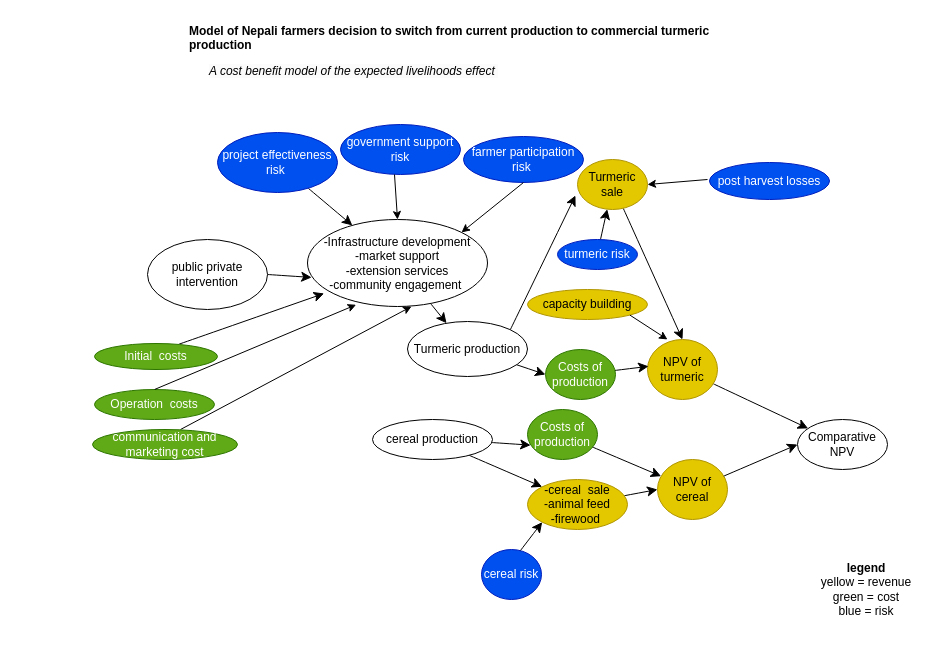
This is Untitled Diagram.drawio from AditiBista/nepal_turmeric, a draw.io file, before an edit. Source tidied: cells renumbered, new cells numbered last; positions are measured from the earlier drawing's top-left corner, leaving out a move shared by most shapes. Both pictures are drawn from the tidied source at 100%, with x=0, y=0 at pixel (92, 17).
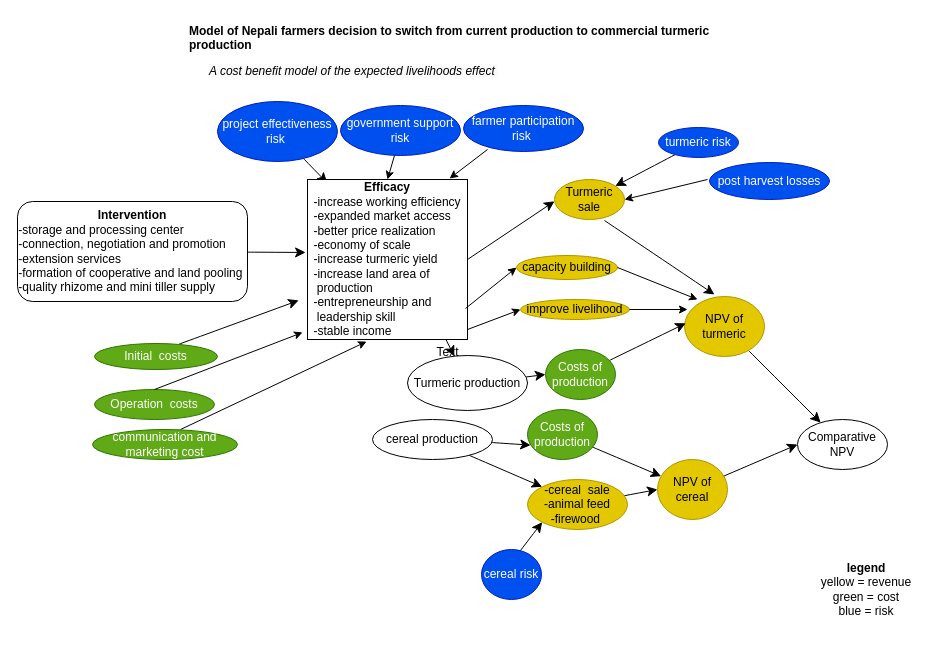
The same page after the edit.

Unchanged cells that the change refers to:
```xml
<mxCell id="31" value="Initial &amp;nbsp;costs" style="ellipse;whiteSpace=wrap;html=1;fontSize=12;strokeWidth=1;labelBackgroundColor=none;fillColor=#60a917;fontColor=#ffffff;strokeColor=#2D7600;" parent="1" vertex="1">
  <mxGeometry x="2" y="326" width="123" height="26" as="geometry" />
</mxCell>
<mxCell id="40" value="Operation &amp;nbsp;costs" style="ellipse;whiteSpace=wrap;html=1;strokeWidth=1;fontSize=12;labelBackgroundColor=none;fillColor=#60a917;fontColor=#ffffff;strokeColor=#2D7600;" parent="1" vertex="1">
  <mxGeometry x="2" y="372" width="120" height="30" as="geometry" />
</mxCell>
<mxCell id="46" value="communication and marketing cost" style="ellipse;whiteSpace=wrap;html=1;fillColor=#60a917;fontColor=#ffffff;strokeColor=#2D7600;" parent="1" vertex="1">
  <mxGeometry y="412" width="145" height="30" as="geometry" />
</mxCell>
```

Diff of the diagram source:
```diff
@@
-    <mxCell id="6" style="edgeStyle=none;curved=1;rounded=0;jettySize=auto;html=1;exitX=1;exitY=0;exitDx=0;exitDy=0;entryX=-0.029;entryY=0.72;entryDx=0;entryDy=0;fontSize=12;startSize=8;endSize=8;strokeWidth=1;entryPerimeter=0;" parent="1" edge="1" source="8" target="22">
-      <mxGeometry relative="1" as="geometry" />
+    <mxCell id="6" style="edgeStyle=none;curved=1;rounded=0;jettySize=auto;html=1;entryX=-0.029;entryY=0.72;entryDx=0;entryDy=0;fontSize=12;startSize=8;endSize=8;strokeWidth=1;entryPerimeter=0;exitX=1;exitY=0.5;exitDx=0;exitDy=0;" parent="1" edge="1" source="50">
+      <mxGeometry relative="1" as="geometry">
+        <mxPoint x="462" y="183.8" as="targetPoint" />
+      </mxGeometry>
     </mxCell>
@@
     <mxCell id="8" value="Turmeric production" style="ellipse;whiteSpace=wrap;html=1;fontSize=12;strokeWidth=1;" parent="1" vertex="1">
-      <mxGeometry x="315" y="304" width="120" height="55" as="geometry" />
+      <mxGeometry x="315" y="338" width="120" height="55" as="geometry" />
     </mxCell>
@@
     <mxCell id="10" value="NPV of turmeric" style="ellipse;whiteSpace=wrap;html=1;fontSize=12;strokeWidth=1;fillColor=#e3c800;fontColor=#000000;strokeColor=#B09500;" parent="1" vertex="1">
-      <mxGeometry x="555" y="322" width="70" height="60" as="geometry" />
+      <mxGeometry x="592" y="279" width="80" height="60" as="geometry" />
     </mxCell>
@@
-    <mxCell id="12" style="edgeStyle=none;curved=1;rounded=0;jettySize=auto;html=1;exitX=1;exitY=0.5;exitDx=0;exitDy=0;fontSize=12;startSize=8;endSize=8;entryX=0.023;entryY=0.666;entryDx=0;entryDy=0;entryPerimeter=0;strokeWidth=1;" parent="1" edge="1" source="13" target="35">
+    <mxCell id="12" style="edgeStyle=none;curved=1;rounded=0;jettySize=auto;html=1;fontSize=12;startSize=8;endSize=8;entryX=-0.012;entryY=0.456;entryDx=0;entryDy=0;strokeWidth=1;entryPerimeter=0;" parent="1" edge="1" source="55" target="50">
       <mxGeometry relative="1" as="geometry" />
     </mxCell>
-    <mxCell id="13" value="public private intervention" style="ellipse;whiteSpace=wrap;html=1;fontSize=12;strokeWidth=1;" parent="1" vertex="1">
-      <mxGeometry x="55" y="222" width="120" height="70" as="geometry" />
-    </mxCell>
@@
     <mxCell id="20" value="turmeric risk" style="ellipse;whiteSpace=wrap;html=1;fontSize=12;strokeWidth=1;labelBackgroundColor=none;fillColor=#0050ef;fontColor=#ffffff;strokeColor=#001DBC;" parent="1" vertex="1">
-      <mxGeometry x="465" y="222" width="80" height="30" as="geometry" />
+      <mxGeometry x="566" y="110" width="80" height="30" as="geometry" />
     </mxCell>
-    <mxCell id="21" style="edgeStyle=none;curved=1;rounded=0;jettySize=auto;html=1;entryX=0.5;entryY=0;entryDx=0;entryDy=0;fontSize=12;startSize=8;endSize=8;strokeWidth=1;" parent="1" edge="1" source="22" target="10">
+    <mxCell id="21" style="edgeStyle=none;curved=1;rounded=0;jettySize=auto;html=1;entryX=0.375;entryY=-0.033;entryDx=0;entryDy=0;fontSize=12;startSize=8;endSize=8;strokeWidth=1;entryPerimeter=0;exitX=0.714;exitY=1.025;exitDx=0;exitDy=0;exitPerimeter=0;" parent="1" edge="1" source="22" target="10">
       <mxGeometry relative="1" as="geometry" />
     </mxCell>
     <mxCell id="22" value="&lt;font style=&quot;font-size: 12px;&quot;&gt;Turmeric sale&lt;/font&gt;" style="ellipse;whiteSpace=wrap;html=1;fontSize=12;strokeWidth=1;labelBackgroundColor=none;fillColor=#e3c800;fontColor=#000000;strokeColor=#B09500;" parent="1" vertex="1">
-      <mxGeometry x="485" y="142" width="70" height="50" as="geometry" />
+      <mxGeometry x="462" y="162" width="70" height="40" as="geometry" />
     </mxCell>
@@
-    <mxCell id="30" style="edgeStyle=none;curved=1;rounded=0;jettySize=auto;html=1;fontSize=12;startSize=8;endSize=8;exitX=0.686;exitY=0.028;exitDx=0;exitDy=0;exitPerimeter=0;entryX=0.092;entryY=0.85;entryDx=0;entryDy=0;entryPerimeter=0;strokeWidth=1;" parent="1" edge="1" source="31" target="35">
-      <mxGeometry relative="1" as="geometry" />
+    <mxCell id="30" style="edgeStyle=none;curved=1;rounded=0;jettySize=auto;html=1;fontSize=12;startSize=8;endSize=8;exitX=0.686;exitY=0.028;exitDx=0;exitDy=0;exitPerimeter=0;entryX=0.092;entryY=0.85;entryDx=0;entryDy=0;entryPerimeter=0;strokeWidth=1;" parent="1" edge="1" source="31">
+      <mxGeometry relative="1" as="geometry">
+        <mxPoint x="206.2" y="282.9" as="targetPoint" />
+      </mxGeometry>
     </mxCell>
@@
-    <mxCell id="32" style="edgeStyle=none;curved=1;rounded=0;jettySize=auto;html=1;fontSize=12;startSize=8;endSize=8;strokeWidth=1;" parent="1" edge="1" source="33" target="35">
-      <mxGeometry relative="1" as="geometry" />
+    <mxCell id="32" style="edgeStyle=none;curved=1;rounded=0;jettySize=auto;html=1;fontSize=12;startSize=8;endSize=8;strokeWidth=1;" parent="1" edge="1" source="33">
+      <mxGeometry relative="1" as="geometry">
+        <mxPoint x="234.8" y="165.5" as="targetPoint" />
+      </mxGeometry>
     </mxCell>
     <mxCell id="33" value="&lt;font style=&quot;font-size: 12px;&quot;&gt;project effectiveness risk&amp;nbsp;&lt;/font&gt;" style="ellipse;whiteSpace=wrap;html=1;fontSize=12;strokeWidth=1;labelBackgroundColor=none;fillColor=#0050ef;fontColor=#ffffff;strokeColor=#001DBC;" parent="1" vertex="1">
-      <mxGeometry x="125" y="115" width="120" height="60" as="geometry" />
+      <mxGeometry x="125" y="84" width="120" height="60" as="geometry" />
     </mxCell>
-    <mxCell id="34" style="edgeStyle=none;curved=1;rounded=0;jettySize=auto;html=1;fontSize=12;startSize=8;endSize=8;strokeWidth=1;" parent="1" edge="1" source="35" target="8">
-      <mxGeometry relative="1" as="geometry" />
+    <mxCell id="34" style="edgeStyle=none;curved=1;rounded=0;jettySize=auto;html=1;fontSize=12;startSize=8;endSize=8;strokeWidth=1;" parent="1" edge="1" target="8">
+      <mxGeometry relative="1" as="geometry">
+        <mxPoint x="342.6" y="300.5" as="sourcePoint" />
+      </mxGeometry>
     </mxCell>
-    <mxCell id="35" value="-Infrastructure development&lt;br&gt;-market support&lt;br&gt;-extension services&lt;br&gt;-community engagement&amp;nbsp;" style="ellipse;whiteSpace=wrap;html=1;fontSize=12;strokeWidth=1;" parent="1" vertex="1">
-      <mxGeometry x="215" y="202" width="180" height="87" as="geometry" />
-    </mxCell>
     <mxCell id="36" value="government support risk" style="ellipse;whiteSpace=wrap;html=1;strokeWidth=1;fontSize=12;labelBackgroundColor=none;fillColor=#0050ef;fontColor=#ffffff;strokeColor=#001DBC;" parent="1" vertex="1">
-      <mxGeometry x="248" y="107" width="120" height="50" as="geometry" />
+      <mxGeometry x="248" y="88" width="120" height="50" as="geometry" />
     </mxCell>
     <mxCell id="37" value="farmer participation risk&amp;nbsp;" style="ellipse;whiteSpace=wrap;html=1;strokeWidth=1;fontSize=12;labelBackgroundColor=none;fillColor=#0050ef;fontColor=#ffffff;strokeColor=#001DBC;" parent="1" vertex="1">
-      <mxGeometry x="371" y="119" width="120" height="46" as="geometry" />
+      <mxGeometry x="371" y="88" width="120" height="46" as="geometry" />
     </mxCell>
-    <mxCell id="38" style="endArrow=classic;html=1;rounded=0;exitX=0.5;exitY=1;exitDx=0;exitDy=0;strokeWidth=1;fontSize=12;entryX=1;entryY=0;entryDx=0;entryDy=0;" parent="1" edge="1" source="37" target="35">
-      <mxGeometry relative="1" as="geometry" />
+    <mxCell id="38" style="endArrow=classic;html=1;rounded=0;strokeWidth=1;fontSize=12;entryX=0.888;entryY=-0.006;entryDx=0;entryDy=0;entryPerimeter=0;" parent="1" edge="1" target="50">
+      <mxGeometry relative="1" as="geometry">
+        <mxPoint x="395" y="132" as="sourcePoint" />
+      </mxGeometry>
     </mxCell>
-    <mxCell id="39" style="endArrow=classic;html=1;rounded=0;exitX=0.45;exitY=1;exitDx=0;exitDy=0;exitPerimeter=0;strokeWidth=1;fontSize=12;entryX=0.5;entryY=0;entryDx=0;entryDy=0;" parent="1" edge="1" source="36" target="35">
+    <mxCell id="39" style="endArrow=classic;html=1;rounded=0;exitX=0.45;exitY=1;exitDx=0;exitDy=0;exitPerimeter=0;strokeWidth=1;fontSize=12;entryX=0.5;entryY=0;entryDx=0;entryDy=0;" parent="1" edge="1" source="36" target="50">
       <mxGeometry relative="1" as="geometry" />
     </mxCell>
@@
-    <mxCell id="41" style="endArrow=classic;html=1;rounded=0;entryX=0.27;entryY=0.98;entryDx=0;entryDy=0;exitX=0.5;exitY=0;exitDx=0;exitDy=0;entryPerimeter=0;strokeWidth=1;fontSize=12;" parent="1" edge="1" source="40" target="35">
+    <mxCell id="41" style="endArrow=classic;html=1;rounded=0;entryX=-0.031;entryY=0.956;entryDx=0;entryDy=0;exitX=0.5;exitY=0;exitDx=0;exitDy=0;entryPerimeter=0;strokeWidth=1;fontSize=12;" parent="1" edge="1" source="40" target="50">
       <mxGeometry relative="1" as="geometry" />
     </mxCell>
@@
     <mxCell id="43" value="capacity building" style="ellipse;whiteSpace=wrap;html=1;labelBackgroundColor=none;fillColor=#e3c800;fontColor=#000000;strokeColor=#B09500;" parent="1" vertex="1">
-      <mxGeometry x="435" y="272" width="120" height="30" as="geometry" />
+      <mxGeometry x="424" y="238" width="101" height="24" as="geometry" />
     </mxCell>
-    <mxCell id="44" style="endArrow=classic;html=1;rounded=0;exitX=1;exitY=1;exitDx=0;exitDy=0;" parent="1" edge="1" source="43">
-      <mxGeometry relative="1" as="geometry">
-        <mxPoint x="575" y="322" as="targetPoint" />
-      </mxGeometry>
-    </mxCell>
-    <mxCell id="45" style="endArrow=classic;html=1;rounded=0;exitX=0.607;exitY=0;exitDx=0;exitDy=0;exitPerimeter=0;" parent="1" edge="1" source="46">
-      <mxGeometry relative="1" as="geometry">
-        <mxPoint x="319" y="289" as="targetPoint" />
-      </mxGeometry>
+    <mxCell id="45" style="endArrow=classic;html=1;rounded=0;exitX=0.607;exitY=0;exitDx=0;exitDy=0;exitPerimeter=0;entryX=0.369;entryY=1.013;entryDx=0;entryDy=0;entryPerimeter=0;" parent="1" edge="1" source="46" target="50">
+      <mxGeometry relative="1" as="geometry" />
     </mxCell>
@@
+    <mxCell id="49" value="improve livelihood" style="ellipse;whiteSpace=wrap;html=1;fillColor=#e3c800;fontColor=#000000;strokeColor=#B09500;" parent="1" vertex="1">
+      <mxGeometry x="428" y="282" width="109" height="20" as="geometry" />
+    </mxCell>
+    <mxCell id="50" value="&lt;b&gt;Efficacy&lt;/b&gt;&lt;br&gt;&lt;div style=&quot;text-align: justify;&quot;&gt;-increase working efficiency&lt;/div&gt;&lt;div style=&quot;text-align: justify;&quot;&gt;-expanded market access&lt;/div&gt;&lt;div style=&quot;text-align: justify;&quot;&gt;-better price realization&lt;/div&gt;&lt;div style=&quot;text-align: justify;&quot;&gt;-economy of scale&lt;/div&gt;&lt;div style=&quot;text-align: justify;&quot;&gt;-increase turmeric yield&amp;nbsp;&lt;/div&gt;&lt;div style=&quot;text-align: justify;&quot;&gt;-increase land area of&lt;/div&gt;&lt;div style=&quot;text-align: justify;&quot;&gt;&amp;nbsp;production&lt;/div&gt;&lt;div style=&quot;text-align: justify;&quot;&gt;-entrepreneurship and&lt;/div&gt;&lt;div style=&quot;text-align: justify;&quot;&gt;&amp;nbsp;leadership skill&lt;/div&gt;&lt;div style=&quot;text-align: justify;&quot;&gt;-stable income&lt;/div&gt;" style="whiteSpace=wrap;html=1;" parent="1" vertex="1">
+      <mxGeometry x="215" y="162" width="160" height="160" as="geometry" />
+    </mxCell>
+    <mxCell id="51" style="endArrow=classic;html=1;rounded=0;entryX=0;entryY=0.5;entryDx=0;entryDy=0;" parent="1" edge="1" target="49">
+      <mxGeometry relative="1" as="geometry">
+        <mxPoint x="375" y="312" as="sourcePoint" />
+      </mxGeometry>
+    </mxCell>
+    <mxCell id="52" style="endArrow=classic;html=1;rounded=0;entryX=0;entryY=0.5;entryDx=0;entryDy=0;" parent="1" edge="1" target="43">
+      <mxGeometry relative="1" as="geometry">
+        <mxPoint x="373" y="291" as="sourcePoint" />
+      </mxGeometry>
+    </mxCell>
+    <mxCell id="53" style="endArrow=classic;html=1;rounded=0;exitX=1;exitY=0.5;exitDx=0;exitDy=0;" parent="1" edge="1" source="49">
+      <mxGeometry relative="1" as="geometry">
+        <mxPoint x="595" y="292" as="targetPoint" />
+      </mxGeometry>
+    </mxCell>
+    <mxCell id="54" style="endArrow=classic;html=1;rounded=0;exitX=1;exitY=0.5;exitDx=0;exitDy=0;entryX=0.163;entryY=0.05;entryDx=0;entryDy=0;entryPerimeter=0;" parent="1" edge="1" source="43" target="10">
+      <mxGeometry relative="1" as="geometry" />
+    </mxCell>
+    <mxCell id="55" value="&lt;b&gt;Intervention &lt;/b&gt;&lt;br&gt;&lt;div style=&quot;text-align: justify;&quot;&gt;-storage and processing center&lt;/div&gt;&lt;div style=&quot;text-align: justify;&quot;&gt;-connection, negotiation and promotion&lt;/div&gt;&lt;div style=&quot;text-align: justify;&quot;&gt;-extension services&lt;/div&gt;&lt;div style=&quot;text-align: justify;&quot;&gt;-formation of cooperative and land pooling&amp;nbsp;&lt;/div&gt;&lt;div style=&quot;text-align: justify;&quot;&gt;-quality rhizome and mini tiller supply&lt;/div&gt;" style="rounded=1;whiteSpace=wrap;html=1;" parent="1" vertex="1">
+      <mxGeometry x="-75" y="184" width="230" height="100" as="geometry" />
+    </mxCell>
+    <mxCell id="56" value="Text" style="text;html=1;align=center;verticalAlign=middle;strokeColor=none;fillColor=none;" parent="1" vertex="1">
+      <mxGeometry x="330" y="320" width="50" height="30" as="geometry" />
+    </mxCell>
```
